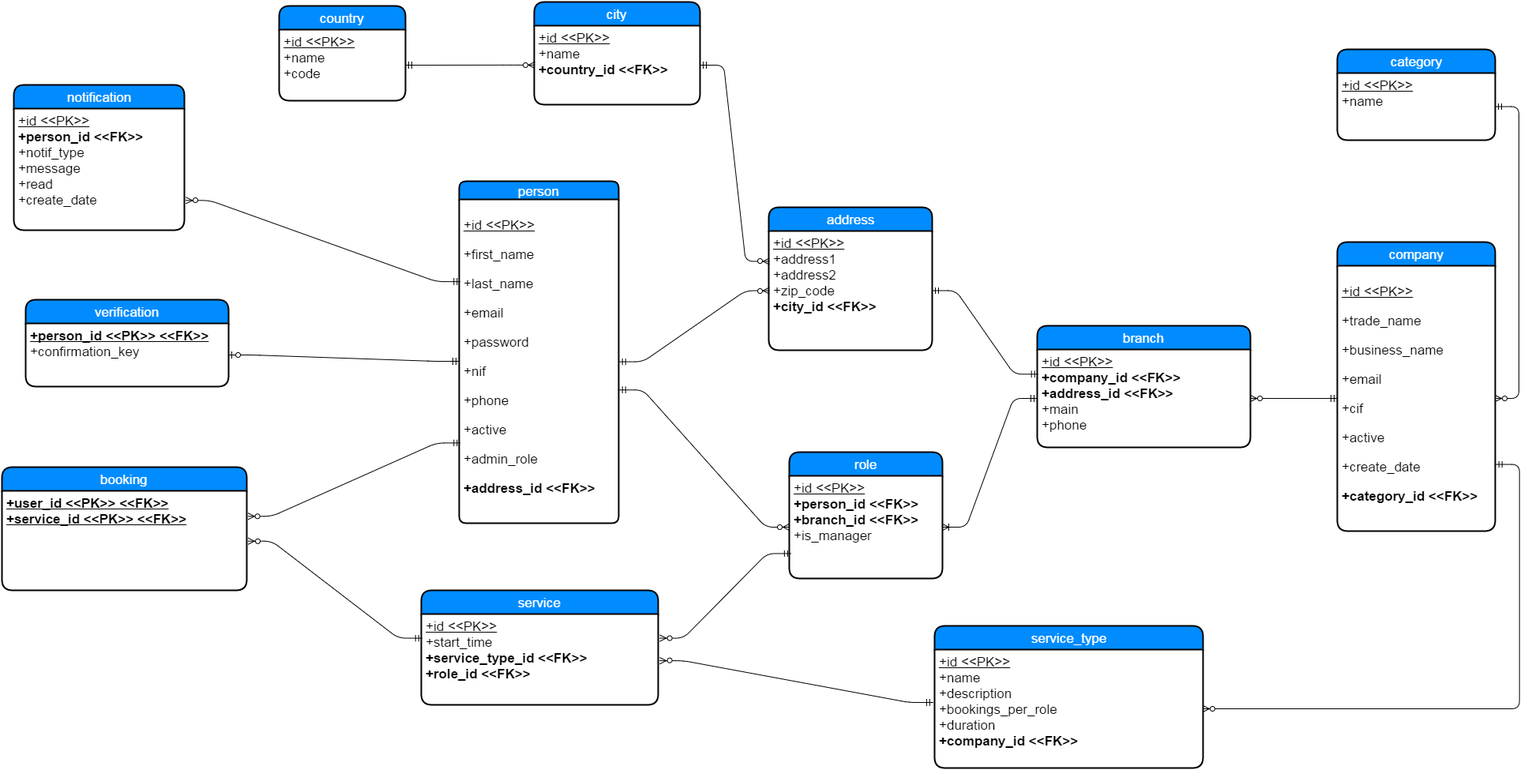
malkomich/busy keeps this draw.io diagram as project_documentation/database/Entity Relation Diagram.png. Above is the earlier version. Source tidied: cells renumbered, new cells last; positions are measured from the earlier drawing's top-left corner, leaving out a move shared by most shapes.
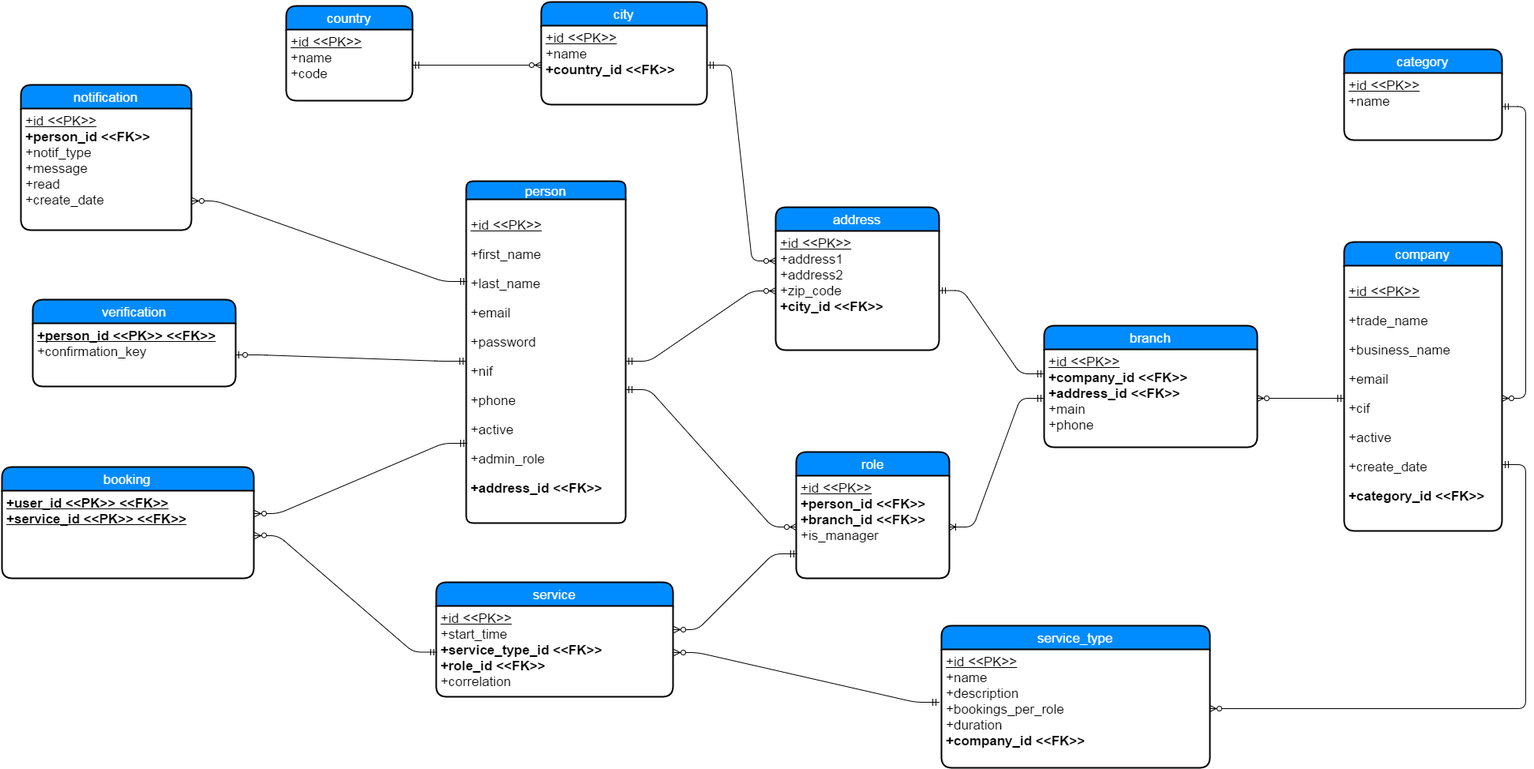
After the change.

Commit message:
Update database with new correlation field in service

Change to the diagram source:
```diff
@@ -75,10 +75,10 @@
       <mxGeometry y="30" width="216" height="154" as="geometry" />
     </mxCell>
     <mxCell id="26" value="booking" style="swimlane;html=1;horizontal=1;startSize=30;fillColor=#008cff;fontColor=#FFFFFF;rounded=1;fontSize=17;fontStyle=0;strokeWidth=2;shadow=0;dashed=0;align=center;" parent="1" vertex="1">
-      <mxGeometry y="589" width="310" height="156" as="geometry" />
+      <mxGeometry x="-9" y="589" width="319" height="141" as="geometry" />
     </mxCell>
     <mxCell id="27" value="&lt;b&gt;&lt;u&gt;+user_id &amp;lt;&amp;lt;PK&amp;gt;&amp;gt; &amp;lt;&amp;lt;FK&amp;gt;&amp;gt;&lt;/u&gt;&lt;/b&gt;&lt;div&gt;&lt;b&gt;&lt;u&gt;+service_id &amp;lt;&amp;lt;PK&amp;gt;&amp;gt; &amp;lt;&amp;lt;FK&amp;gt;&amp;gt;&lt;/u&gt;&lt;/b&gt;&lt;br&gt;&lt;div&gt;&lt;br&gt;&lt;/div&gt;&lt;/div&gt;" style="whiteSpace=wrap;html=1;align=left;strokeColor=none;fillColor=none;spacingLeft=4;fontSize=17;verticalAlign=top;" parent="26" vertex="1">
-      <mxGeometry y="30" width="310" height="126" as="geometry" />
+      <mxGeometry y="30" width="319" height="111" as="geometry" />
     </mxCell>
     <mxCell id="28" style="edgeStyle=entityRelationEdgeStyle;html=1;endArrow=ERzeroToMany;startArrow=ERmandOne;exitX=1;exitY=0.75;entryX=0;entryY=0.25;flipH=1;flipV=1;" parent="1" edge="1" source="25" target="4">
       <mxGeometry relative="1" as="geometry" />
@@ -107,23 +107,23 @@
     <mxCell id="36" style="edgeStyle=entityRelationEdgeStyle;html=1;endArrow=ERzeroToMany;startArrow=ERmandOne;shadow=0;strokeColor=#000000;exitX=1;exitY=0.5;entryX=-0.012;entryY=0.439;entryPerimeter=0;flipH=1;flipV=1;" parent="1" edge="1" source="39" target="41">
       <mxGeometry relative="1" as="geometry" />
     </mxCell>
-    <mxCell id="37" style="edgeStyle=entityRelationEdgeStyle;html=1;endArrow=ERzeroToMany;startArrow=ERmandOne;shadow=0;strokeColor=#000000;exitX=1;exitY=0.25;entryX=0;entryY=0.75;flipH=1;flipV=1;" parent="1" edge="1" source="39" target="11">
+    <mxCell id="37" style="edgeStyle=entityRelationEdgeStyle;html=1;endArrow=ERzeroToMany;startArrow=ERmandOne;shadow=0;strokeColor=#000000;entryX=0;entryY=0.75;flipH=1;flipV=1;exitX=1;exitY=0.25;" parent="1" edge="1" source="39" target="11">
       <mxGeometry relative="1" as="geometry" />
     </mxCell>
-    <mxCell id="38" value="service" style="swimlane;html=1;horizontal=1;startSize=30;fillColor=#008cff;fontColor=#FFFFFF;rounded=1;fontSize=17;fontStyle=0;strokeWidth=2;shadow=0;dashed=0;align=center;" parent="1" vertex="1">
-      <mxGeometry x="531" y="745" width="300" height="145" as="geometry" />
-    </mxCell>
-    <mxCell id="39" value="&lt;u&gt;+id &amp;lt;&amp;lt;PK&amp;gt;&amp;gt;&lt;/u&gt;&lt;div&gt;+start_time&lt;br&gt;&lt;div&gt;&lt;b&gt;+service_type_id &amp;lt;&amp;lt;FK&amp;gt;&amp;gt;&lt;/b&gt;&lt;/div&gt;&lt;div&gt;&lt;b&gt;+role_id &amp;lt;&amp;lt;FK&amp;gt;&amp;gt;&lt;/b&gt;&lt;/div&gt;&lt;/div&gt;" style="whiteSpace=wrap;html=1;align=left;strokeColor=none;fillColor=none;spacingLeft=4;fontSize=17;verticalAlign=top;" parent="38" vertex="1">
-      <mxGeometry y="30" width="300" height="115" as="geometry" />
-    </mxCell>
     <mxCell id="40" value="service_type" style="swimlane;html=1;horizontal=1;startSize=30;fillColor=#008cff;fontColor=#FFFFFF;rounded=1;fontSize=17;fontStyle=0;strokeWidth=2;shadow=0;dashed=0;align=center;" parent="1" vertex="1">
       <mxGeometry x="1181" y="790" width="340" height="180" as="geometry" />
     </mxCell>
     <mxCell id="41" value="&lt;u&gt;+id &amp;lt;&amp;lt;PK&amp;gt;&amp;gt;&lt;/u&gt;&lt;div&gt;+name&lt;/div&gt;&lt;div&gt;+description&lt;br&gt;&lt;div&gt;+bookings_per_role&lt;/div&gt;&lt;/div&gt;&lt;div&gt;+duration&lt;/div&gt;&lt;div&gt;&lt;b&gt;+company_id &amp;lt;&amp;lt;FK&amp;gt;&amp;gt;&lt;/b&gt;&lt;/div&gt;" style="whiteSpace=wrap;html=1;align=left;strokeColor=none;fillColor=none;spacingLeft=4;fontSize=17;verticalAlign=top;" parent="40" vertex="1">
       <mxGeometry y="30" width="340" height="150" as="geometry" />
     </mxCell>
-    <mxCell id="42" style="edgeStyle=entityRelationEdgeStyle;html=1;endArrow=ERzeroToMany;startArrow=ERmandOne;shadow=0;strokeColor=#000000;exitX=1;exitY=0.5;entryX=0;entryY=0.25;flipH=1;flipV=1;" parent="1" edge="1" source="27" target="39">
+    <mxCell id="42" style="edgeStyle=entityRelationEdgeStyle;html=1;endArrow=ERzeroToMany;startArrow=ERmandOne;shadow=0;strokeColor=#000000;exitX=1;exitY=0.5;flipH=1;flipV=1;" parent="1" edge="1" source="27" target="39">
       <mxGeometry relative="1" as="geometry" />
     </mxCell>
+    <mxCell id="38" value="service" style="swimlane;html=1;horizontal=1;startSize=30;fillColor=#008cff;fontColor=#FFFFFF;rounded=1;fontSize=17;fontStyle=0;strokeWidth=2;shadow=0;dashed=0;align=center;" parent="1" vertex="1">
+      <mxGeometry x="541" y="735" width="300" height="145" as="geometry" />
+    </mxCell>
+    <mxCell id="39" value="&lt;u&gt;+id &amp;lt;&amp;lt;PK&amp;gt;&amp;gt;&lt;/u&gt;&lt;div&gt;+start_time&lt;br&gt;&lt;div&gt;&lt;b&gt;+service_type_id &amp;lt;&amp;lt;FK&amp;gt;&amp;gt;&lt;/b&gt;&lt;/div&gt;&lt;/div&gt;&lt;div&gt;&lt;b&gt;+role_id &amp;lt;&amp;lt;FK&amp;gt;&amp;gt;&lt;/b&gt;&lt;/div&gt;&lt;div&gt;+correlation&lt;/div&gt;&lt;div&gt;&lt;br&gt;&lt;/div&gt;" style="whiteSpace=wrap;html=1;align=left;strokeColor=none;fillColor=none;spacingLeft=4;fontSize=17;verticalAlign=top;" parent="38" vertex="1">
+      <mxGeometry y="30" width="300" height="115" as="geometry" />
+    </mxCell>
   </root>
 </mxGraphModel>
```
